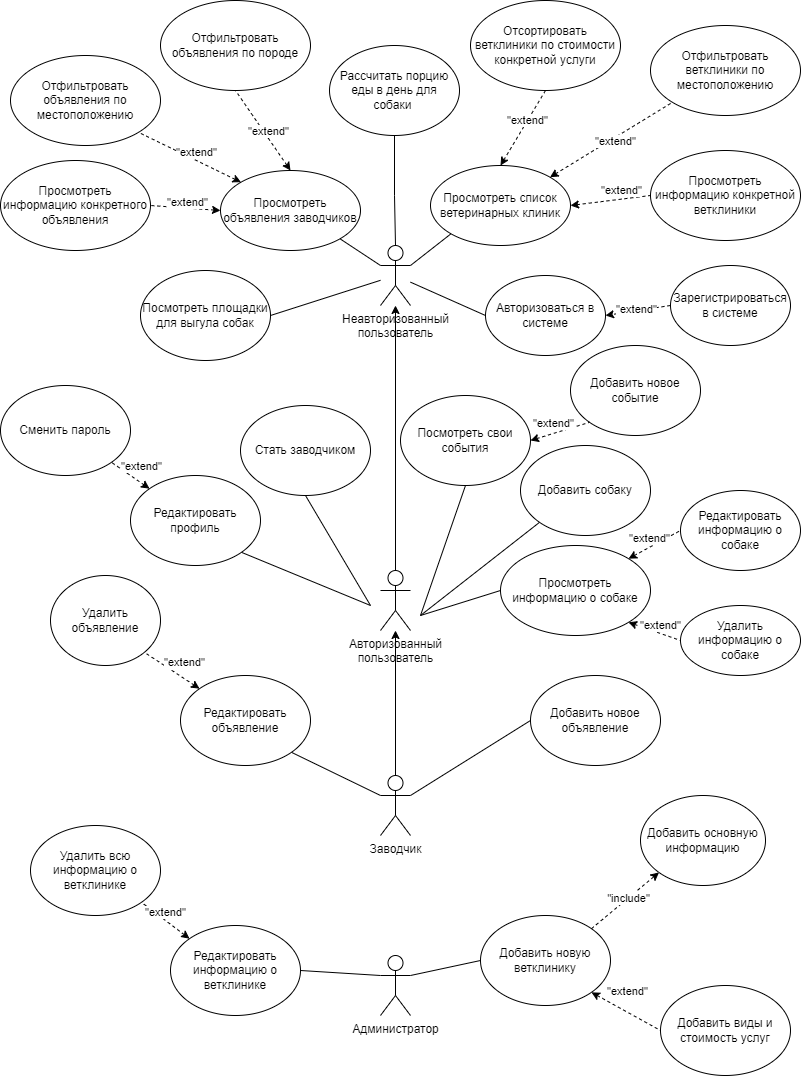
Above: Documentation/Diagrams/Диаграмма прецедентов (Use-case diagram)/Диаграмма прецендентов (Use-case).drawio.png in polyafedosova/TP-5.2-5 (draw.io), before the change. Source tidied: cells renumbered, new cells last; positions are measured from the earlier drawing's top-left corner, leaving out a move shared by most shapes.
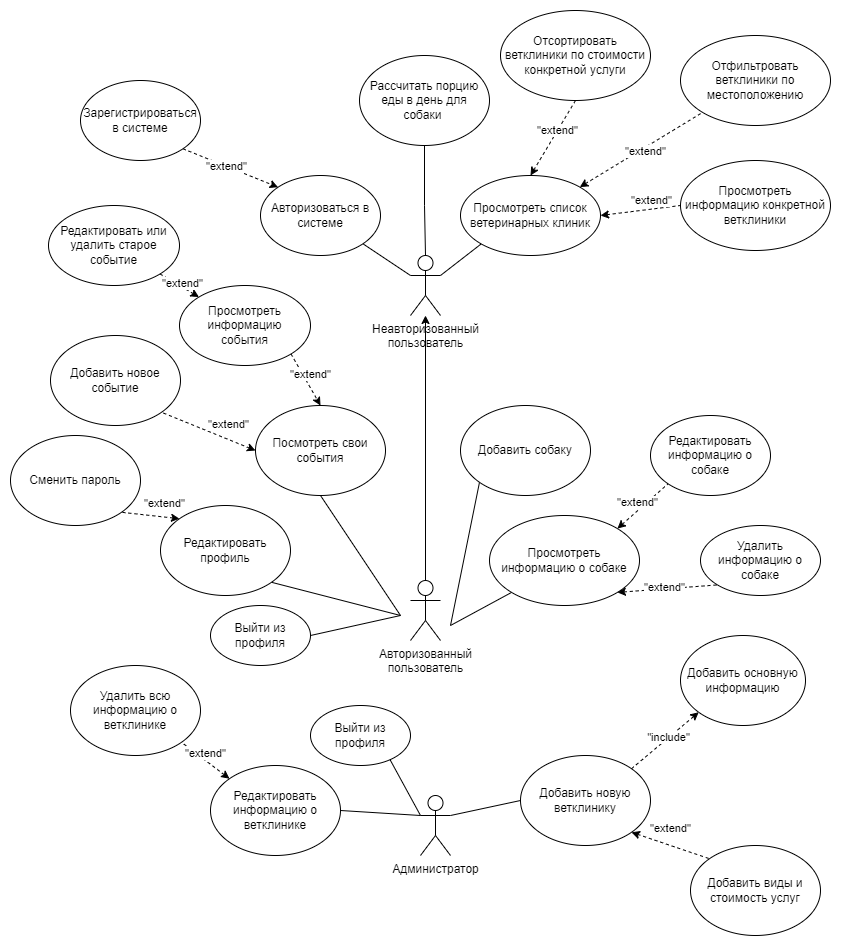
After the commit.

The edit, as a diff of the source:
```diff
@@ -14,3 +14,3 @@
     </mxCell>
-    <mxCell id="4" style="rounded=0;jettySize=auto;html=1;endArrow=none;endFill=0;exitX=0;exitY=0.5;exitDx=0;exitDy=0;" parent="1" edge="1" source="5" target="3">
+    <mxCell id="4" style="rounded=0;jettySize=auto;html=1;endArrow=none;endFill=0;exitX=1;exitY=1;exitDx=0;exitDy=0;" parent="1" edge="1" source="5" target="3">
       <mxGeometry relative="1" as="geometry" />
@@ -18,5 +18,5 @@
     <mxCell id="5" value="Авторизоваться в системе" style="ellipse;whiteSpace=wrap;html=1;" parent="1" vertex="1">
-      <mxGeometry x="485" y="275" width="120" height="80" as="geometry" />
+      <mxGeometry x="230" y="165" width="120" height="80" as="geometry" />
     </mxCell>
-    <mxCell id="6" style="rounded=0;jettySize=auto;html=1;entryX=1;entryY=0.5;entryDx=0;entryDy=0;endArrow=classic;endFill=1;dashed=1;exitX=0;exitY=0.5;exitDx=0;exitDy=0;startArrow=none;startFill=0;" parent="1" edge="1" source="8" target="5">
+    <mxCell id="6" style="rounded=0;jettySize=auto;html=1;entryX=0;entryY=0;entryDx=0;entryDy=0;endArrow=classic;endFill=1;dashed=1;exitX=1;exitY=1;exitDx=0;exitDy=0;startArrow=none;startFill=0;" parent="1" edge="1" source="8" target="5">
       <mxGeometry relative="1" as="geometry" />
@@ -25,3 +25,3 @@
       <mxGeometry x="-0.28" y="3" relative="1" as="geometry">
-        <mxPoint x="-11" y="-3" as="offset" />
+        <mxPoint x="7" y="6" as="offset" />
       </mxGeometry>
@@ -29,3 +29,3 @@
     <mxCell id="8" value="Зарегистрироваться в системе" style="ellipse;whiteSpace=wrap;html=1;" parent="1" vertex="1">
-      <mxGeometry x="670" y="265" width="120" height="80" as="geometry" />
+      <mxGeometry x="50" y="70" width="120" height="80" as="geometry" />
     </mxCell>
@@ -62,8 +62,2 @@
     </mxCell>
-    <mxCell id="18" style="rounded=0;jettySize=auto;html=1;exitX=1;exitY=1;exitDx=0;exitDy=0;entryX=0;entryY=0.3333333333333333;entryDx=0;entryDy=0;entryPerimeter=0;endArrow=none;endFill=0;" parent="1" edge="1" source="19" target="3">
-      <mxGeometry relative="1" as="geometry" />
-    </mxCell>
-    <mxCell id="19" value="Просмотреть объявления заводчиков" style="ellipse;whiteSpace=wrap;html=1;" parent="1" vertex="1">
-      <mxGeometry x="220" y="170" width="140" height="80" as="geometry" />
-    </mxCell>
     <mxCell id="20" value="Просмотреть информацию конкретной ветклиники" style="ellipse;whiteSpace=wrap;html=1;" parent="1" vertex="1">
@@ -79,41 +73,2 @@
     </mxCell>
-    <mxCell id="23" value="Отфильтровать объявления по породе" style="ellipse;whiteSpace=wrap;html=1;" parent="1" vertex="1">
-      <mxGeometry x="160" width="150" height="90" as="geometry" />
-    </mxCell>
-    <mxCell id="24" value="Отфильтровать объявления по местоположению" style="ellipse;whiteSpace=wrap;html=1;" parent="1" vertex="1">
-      <mxGeometry x="10" y="55" width="150" height="90" as="geometry" />
-    </mxCell>
-    <mxCell id="25" value="Просмотреть информацию конкретного объявления" style="ellipse;whiteSpace=wrap;html=1;" parent="1" vertex="1">
-      <mxGeometry y="160" width="150" height="90" as="geometry" />
-    </mxCell>
-    <mxCell id="26" style="rounded=0;jettySize=auto;html=1;exitX=0.5;exitY=0;exitDx=0;exitDy=0;entryX=0.5;entryY=1;entryDx=0;entryDy=0;dashed=1;endArrow=none;endFill=0;startArrow=classic;startFill=1;" parent="1" edge="1" source="19" target="23">
-      <mxGeometry relative="1" as="geometry" />
-    </mxCell>
-    <mxCell id="27" value="&quot;extend&quot;" style="edgeLabel;html=1;align=center;verticalAlign=middle;" parent="26" vertex="1">
-      <mxGeometry x="-0.36" y="-1" relative="1" as="geometry">
-        <mxPoint x="-6" y="-13" as="offset" />
-      </mxGeometry>
-    </mxCell>
-    <mxCell id="28" style="rounded=0;jettySize=auto;html=1;exitX=0;exitY=0;exitDx=0;exitDy=0;entryX=1;entryY=1;entryDx=0;entryDy=0;dashed=1;endArrow=none;endFill=0;startArrow=classic;startFill=1;" parent="1" edge="1" source="19" target="24">
-      <mxGeometry relative="1" as="geometry" />
-    </mxCell>
-    <mxCell id="29" value="&quot;extend&quot;" style="edgeLabel;html=1;align=center;verticalAlign=middle;" parent="28" vertex="1">
-      <mxGeometry x="-0.36" y="-1" relative="1" as="geometry">
-        <mxPoint x="-12" y="-13" as="offset" />
-      </mxGeometry>
-    </mxCell>
-    <mxCell id="30" style="rounded=0;jettySize=auto;html=1;exitX=0;exitY=0.5;exitDx=0;exitDy=0;entryX=1;entryY=0.5;entryDx=0;entryDy=0;dashed=1;endArrow=none;endFill=0;startArrow=classic;startFill=1;" parent="1" edge="1" source="19" target="25">
-      <mxGeometry relative="1" as="geometry" />
-    </mxCell>
-    <mxCell id="31" value="&quot;extend&quot;" style="edgeLabel;html=1;align=center;verticalAlign=middle;" parent="30" vertex="1">
-      <mxGeometry x="-0.36" y="-1" relative="1" as="geometry">
-        <mxPoint x="-11" y="-6" as="offset" />
-      </mxGeometry>
-    </mxCell>
-    <mxCell id="32" style="rounded=0;jettySize=auto;html=1;exitX=1;exitY=0.5;exitDx=0;exitDy=0;endArrow=none;endFill=0;" parent="1" edge="1" source="33" target="3">
-      <mxGeometry relative="1" as="geometry" />
-    </mxCell>
-    <mxCell id="33" value="Посмотреть площадки для выгула собак" style="ellipse;whiteSpace=wrap;html=1;" parent="1" vertex="1">
-      <mxGeometry x="140" y="270" width="130" height="90" as="geometry" />
-    </mxCell>
     <mxCell id="34" style="edgeStyle=orthogonalEdgeStyle;rounded=0;jettySize=auto;html=1;exitX=0.5;exitY=0;exitDx=0;exitDy=0;exitPerimeter=0;" parent="1" edge="1" source="35" target="3">
@@ -124,9 +79,4 @@
     </mxCell>
-    <mxCell id="36" style="rounded=0;jettySize=auto;html=1;exitX=0.5;exitY=1;exitDx=0;exitDy=0;endArrow=none;endFill=0;" parent="1" edge="1" source="37">
-      <mxGeometry relative="1" as="geometry">
-        <mxPoint x="420" y="615" as="targetPoint" />
-      </mxGeometry>
-    </mxCell>
     <mxCell id="37" value="Посмотреть свои события" style="ellipse;whiteSpace=wrap;html=1;" parent="1" vertex="1">
-      <mxGeometry x="400" y="395" width="130" height="90" as="geometry" />
+      <mxGeometry x="225" y="395" width="130" height="90" as="geometry" />
     </mxCell>
@@ -138,5 +88,5 @@
     <mxCell id="39" value="Добавить собаку" style="ellipse;whiteSpace=wrap;html=1;" parent="1" vertex="1">
-      <mxGeometry x="520" y="445" width="130" height="90" as="geometry" />
+      <mxGeometry x="430" y="395" width="130" height="90" as="geometry" />
     </mxCell>
-    <mxCell id="40" style="rounded=0;jettySize=auto;html=1;exitX=0;exitY=0.5;exitDx=0;exitDy=0;endArrow=none;endFill=0;" parent="1" edge="1" source="41">
+    <mxCell id="40" style="rounded=0;jettySize=auto;html=1;exitX=0;exitY=1;exitDx=0;exitDy=0;endArrow=none;endFill=0;" parent="1" edge="1" source="41">
       <mxGeometry relative="1" as="geometry">
@@ -146,5 +96,5 @@
     <mxCell id="41" value="Просмотреть информацию о собаке" style="ellipse;whiteSpace=wrap;html=1;" parent="1" vertex="1">
-      <mxGeometry x="500" y="545" width="150" height="90" as="geometry" />
+      <mxGeometry x="459" y="505" width="150" height="90" as="geometry" />
     </mxCell>
-    <mxCell id="42" style="rounded=0;jettySize=auto;html=1;exitX=0.5;exitY=1;exitDx=0;exitDy=0;endArrow=none;endFill=0;" parent="1" edge="1" source="43">
+    <mxCell id="42" style="rounded=0;jettySize=auto;html=1;exitX=0.5;exitY=1;exitDx=0;exitDy=0;endArrow=none;endFill=0;" parent="1" edge="1" source="37">
       <mxGeometry relative="1" as="geometry">
@@ -153,5 +103,2 @@
     </mxCell>
-    <mxCell id="43" value="Стать заводчиком" style="ellipse;whiteSpace=wrap;html=1;" parent="1" vertex="1">
-      <mxGeometry x="240" y="405" width="130" height="90" as="geometry" />
-    </mxCell>
     <mxCell id="44" style="rounded=0;jettySize=auto;html=1;exitX=1;exitY=1;exitDx=0;exitDy=0;endArrow=none;endFill=0;" parent="1" edge="1" source="45">
@@ -162,6 +109,6 @@
     <mxCell id="45" value="Редактировать профиль" style="ellipse;whiteSpace=wrap;html=1;" parent="1" vertex="1">
-      <mxGeometry x="130" y="475" width="130" height="90" as="geometry" />
+      <mxGeometry x="130" y="495" width="130" height="90" as="geometry" />
     </mxCell>
     <mxCell id="46" value="Сменить пароль" style="ellipse;whiteSpace=wrap;html=1;" parent="1" vertex="1">
-      <mxGeometry y="385" width="130" height="90" as="geometry" />
+      <mxGeometry x="-20" y="425" width="130" height="90" as="geometry" />
     </mxCell>
@@ -175,24 +122,9 @@
     </mxCell>
-    <mxCell id="49" style="edgeStyle=orthogonalEdgeStyle;rounded=0;jettySize=auto;html=1;" parent="1" edge="1" source="50" target="35">
-      <mxGeometry relative="1" as="geometry" />
-    </mxCell>
-    <mxCell id="50" value="Заводчик" style="shape=umlActor;verticalLabelPosition=bottom;verticalAlign=top;html=1;outlineConnect=0;" parent="1" vertex="1">
-      <mxGeometry x="380" y="775" width="30" height="60" as="geometry" />
-    </mxCell>
-    <mxCell id="51" style="rounded=0;jettySize=auto;html=1;exitX=1;exitY=1;exitDx=0;exitDy=0;entryX=0;entryY=0.3333333333333333;entryDx=0;entryDy=0;entryPerimeter=0;endArrow=none;endFill=0;" parent="1" edge="1" source="52" target="50">
-      <mxGeometry relative="1" as="geometry" />
-    </mxCell>
-    <mxCell id="52" value="Редактировать объявление" style="ellipse;whiteSpace=wrap;html=1;" parent="1" vertex="1">
-      <mxGeometry x="180" y="675" width="130" height="90" as="geometry" />
-    </mxCell>
-    <mxCell id="53" value="Удалить объявление" style="ellipse;whiteSpace=wrap;html=1;" parent="1" vertex="1">
-      <mxGeometry x="50" y="575" width="110" height="90" as="geometry" />
-    </mxCell>
     <mxCell id="54" value="Удалить информацию о собаке" style="ellipse;whiteSpace=wrap;html=1;" parent="1" vertex="1">
-      <mxGeometry x="680" y="605" width="120" height="70" as="geometry" />
+      <mxGeometry x="670" y="515" width="120" height="70" as="geometry" />
     </mxCell>
     <mxCell id="55" value="Редактировать информацию о собаке" style="ellipse;whiteSpace=wrap;html=1;" parent="1" vertex="1">
-      <mxGeometry x="680" y="490" width="120" height="80" as="geometry" />
+      <mxGeometry x="620" y="405" width="120" height="80" as="geometry" />
     </mxCell>
-    <mxCell id="56" style="rounded=0;jettySize=auto;html=1;exitX=1;exitY=1;exitDx=0;exitDy=0;entryX=0;entryY=0.5;entryDx=0;entryDy=0;dashed=1;endArrow=none;endFill=0;startArrow=classic;startFill=1;" parent="1" edge="1" source="41" target="54">
+    <mxCell id="56" style="rounded=0;jettySize=auto;html=1;exitX=1;exitY=1;exitDx=0;exitDy=0;entryX=0;entryY=1;entryDx=0;entryDy=0;dashed=1;endArrow=none;endFill=0;startArrow=classic;startFill=1;" parent="1" edge="1" source="41" target="54">
       <mxGeometry relative="1" as="geometry" />
@@ -204,3 +136,3 @@
     </mxCell>
-    <mxCell id="58" style="rounded=0;jettySize=auto;html=1;exitX=1;exitY=0;exitDx=0;exitDy=0;entryX=0;entryY=0.5;entryDx=0;entryDy=0;dashed=1;endArrow=none;endFill=0;startArrow=classic;startFill=1;" parent="1" edge="1" source="41" target="55">
+    <mxCell id="58" style="rounded=0;jettySize=auto;html=1;exitX=1;exitY=0;exitDx=0;exitDy=0;entryX=0;entryY=1;entryDx=0;entryDy=0;dashed=1;endArrow=none;endFill=0;startArrow=classic;startFill=1;" parent="1" edge="1" source="41" target="55">
       <mxGeometry relative="1" as="geometry" />
@@ -212,23 +144,9 @@
     </mxCell>
-    <mxCell id="60" style="rounded=0;jettySize=auto;html=1;exitX=0;exitY=0;exitDx=0;exitDy=0;entryX=1;entryY=1;entryDx=0;entryDy=0;dashed=1;endArrow=none;endFill=0;startArrow=classic;startFill=1;" parent="1" edge="1" source="52" target="53">
-      <mxGeometry relative="1" as="geometry" />
-    </mxCell>
-    <mxCell id="61" value="&quot;extend&quot;" style="edgeLabel;html=1;align=center;verticalAlign=middle;" parent="60" vertex="1">
-      <mxGeometry x="-0.36" y="-1" relative="1" as="geometry">
-        <mxPoint x="1" y="-14" as="offset" />
-      </mxGeometry>
-    </mxCell>
-    <mxCell id="62" style="rounded=0;jettySize=auto;html=1;exitX=0;exitY=0.5;exitDx=0;exitDy=0;entryX=1;entryY=0.3333333333333333;entryDx=0;entryDy=0;entryPerimeter=0;endArrow=none;endFill=0;" parent="1" edge="1" source="63" target="50">
-      <mxGeometry relative="1" as="geometry" />
-    </mxCell>
-    <mxCell id="63" value="Добавить новое объявление" style="ellipse;whiteSpace=wrap;html=1;" parent="1" vertex="1">
-      <mxGeometry x="530" y="675" width="130" height="90" as="geometry" />
-    </mxCell>
     <mxCell id="64" value="Администратор" style="shape=umlActor;verticalLabelPosition=bottom;verticalAlign=top;html=1;outlineConnect=0;" parent="1" vertex="1">
-      <mxGeometry x="380" y="955" width="30" height="60" as="geometry" />
+      <mxGeometry x="390" y="785" width="30" height="60" as="geometry" />
     </mxCell>
     <mxCell id="65" value="Добавить новое событие" style="ellipse;whiteSpace=wrap;html=1;" parent="1" vertex="1">
-      <mxGeometry x="570" y="345" width="130" height="90" as="geometry" />
+      <mxGeometry x="20" y="325" width="130" height="90" as="geometry" />
     </mxCell>
-    <mxCell id="66" style="rounded=0;jettySize=auto;html=1;exitX=1;exitY=0.5;exitDx=0;exitDy=0;entryX=0;entryY=1;entryDx=0;entryDy=0;dashed=1;endArrow=none;endFill=0;startArrow=classic;startFill=1;" parent="1" edge="1" source="37" target="65">
+    <mxCell id="66" style="rounded=0;jettySize=auto;html=1;exitX=0;exitY=0.5;exitDx=0;exitDy=0;entryX=1;entryY=1;entryDx=0;entryDy=0;dashed=1;endArrow=none;endFill=0;startArrow=classic;startFill=1;" parent="1" edge="1" source="37" target="65">
       <mxGeometry relative="1" as="geometry" />
@@ -244,3 +162,3 @@
     <mxCell id="69" value="Добавить новую ветклинику" style="ellipse;whiteSpace=wrap;html=1;" parent="1" vertex="1">
-      <mxGeometry x="480" y="915" width="130" height="90" as="geometry" />
+      <mxGeometry x="490" y="745" width="130" height="90" as="geometry" />
     </mxCell>
@@ -250,6 +168,6 @@
     <mxCell id="71" value="Редактировать информацию о ветклинике" style="ellipse;whiteSpace=wrap;html=1;" parent="1" vertex="1">
-      <mxGeometry x="170" y="925" width="130" height="90" as="geometry" />
+      <mxGeometry x="180" y="755" width="130" height="90" as="geometry" />
     </mxCell>
     <mxCell id="72" value="Удалить всю информацию о ветклинике" style="ellipse;whiteSpace=wrap;html=1;" parent="1" vertex="1">
-      <mxGeometry x="30" y="825" width="130" height="90" as="geometry" />
+      <mxGeometry x="40" y="655" width="130" height="90" as="geometry" />
     </mxCell>
@@ -264,5 +182,5 @@
     <mxCell id="75" value="Добавить виды и стоимость услуг" style="ellipse;whiteSpace=wrap;html=1;" parent="1" vertex="1">
-      <mxGeometry x="660" y="985" width="130" height="90" as="geometry" />
+      <mxGeometry x="660" y="835" width="130" height="90" as="geometry" />
     </mxCell>
-    <mxCell id="76" style="rounded=0;jettySize=auto;html=1;exitX=1;exitY=1;exitDx=0;exitDy=0;entryX=0;entryY=0.5;entryDx=0;entryDy=0;dashed=1;endArrow=none;endFill=0;startArrow=classic;startFill=1;" parent="1" edge="1" source="69" target="75">
+    <mxCell id="76" style="rounded=0;jettySize=auto;html=1;exitX=1;exitY=1;exitDx=0;exitDy=0;entryX=0;entryY=0;entryDx=0;entryDy=0;dashed=1;endArrow=none;endFill=0;startArrow=classic;startFill=1;" parent="1" edge="1" source="69" target="75">
       <mxGeometry relative="1" as="geometry" />
@@ -275,3 +193,3 @@
     <mxCell id="78" value="Добавить основную информацию" style="ellipse;whiteSpace=wrap;html=1;" parent="1" vertex="1">
-      <mxGeometry x="640" y="795" width="125" height="90" as="geometry" />
+      <mxGeometry x="650" y="625" width="125" height="90" as="geometry" />
     </mxCell>
@@ -285,2 +203,40 @@
     </mxCell>
+    <mxCell id="81" style="rounded=0;jettySize=auto;html=1;exitX=1;exitY=0.5;exitDx=0;exitDy=0;endArrow=none;endFill=0;" parent="1" edge="1" source="82">
+      <mxGeometry relative="1" as="geometry">
+        <mxPoint x="370" y="605" as="targetPoint" />
+      </mxGeometry>
+    </mxCell>
+    <mxCell id="82" value="Выйти из профиля" style="ellipse;whiteSpace=wrap;html=1;" parent="1" vertex="1">
+      <mxGeometry x="180" y="595" width="100" height="60" as="geometry" />
+    </mxCell>
+    <mxCell id="83" style="rounded=0;jettySize=auto;html=1;exitX=0.5;exitY=0;exitDx=0;exitDy=0;endArrow=none;endFill=0;" parent="1" edge="1" source="84">
+      <mxGeometry relative="1" as="geometry">
+        <mxPoint x="390" y="805" as="targetPoint" />
+      </mxGeometry>
+    </mxCell>
+    <mxCell id="84" value="Выйти из профиля" style="ellipse;whiteSpace=wrap;html=1;" parent="1" vertex="1">
+      <mxGeometry x="280" y="695" width="100" height="60" as="geometry" />
+    </mxCell>
+    <mxCell id="85" style="rounded=0;jettySize=auto;html=1;exitX=1;exitY=1;exitDx=0;exitDy=0;entryX=0.5;entryY=0;entryDx=0;entryDy=0;dashed=1;" parent="1" edge="1" source="87" target="37">
+      <mxGeometry relative="1" as="geometry" />
+    </mxCell>
+    <mxCell id="86" value="&quot;extend&quot;" style="edgeLabel;html=1;align=center;verticalAlign=middle;" parent="85" vertex="1">
+      <mxGeometry x="-0.22" relative="1" as="geometry">
+        <mxPoint x="7" as="offset" />
+      </mxGeometry>
+    </mxCell>
+    <mxCell id="87" value="Просмотреть информацию&lt;br&gt;события" style="ellipse;whiteSpace=wrap;html=1;" parent="1" vertex="1">
+      <mxGeometry x="149" y="275" width="131" height="80" as="geometry" />
+    </mxCell>
+    <mxCell id="88" value="Редактировать или удалить старое событие" style="ellipse;whiteSpace=wrap;html=1;" parent="1" vertex="1">
+      <mxGeometry x="18" y="195" width="131" height="80" as="geometry" />
+    </mxCell>
+    <mxCell id="89" style="rounded=0;jettySize=auto;html=1;exitX=1;exitY=1;exitDx=0;exitDy=0;entryX=0;entryY=0;entryDx=0;entryDy=0;dashed=1;" parent="1" edge="1" source="88" target="87">
+      <mxGeometry relative="1" as="geometry" />
+    </mxCell>
+    <mxCell id="90" value="&quot;extend&quot;" style="edgeLabel;html=1;align=center;verticalAlign=middle;" parent="89" vertex="1">
+      <mxGeometry x="-0.22" relative="1" as="geometry">
+        <mxPoint x="7" as="offset" />
+      </mxGeometry>
+    </mxCell>
   </root>
```
